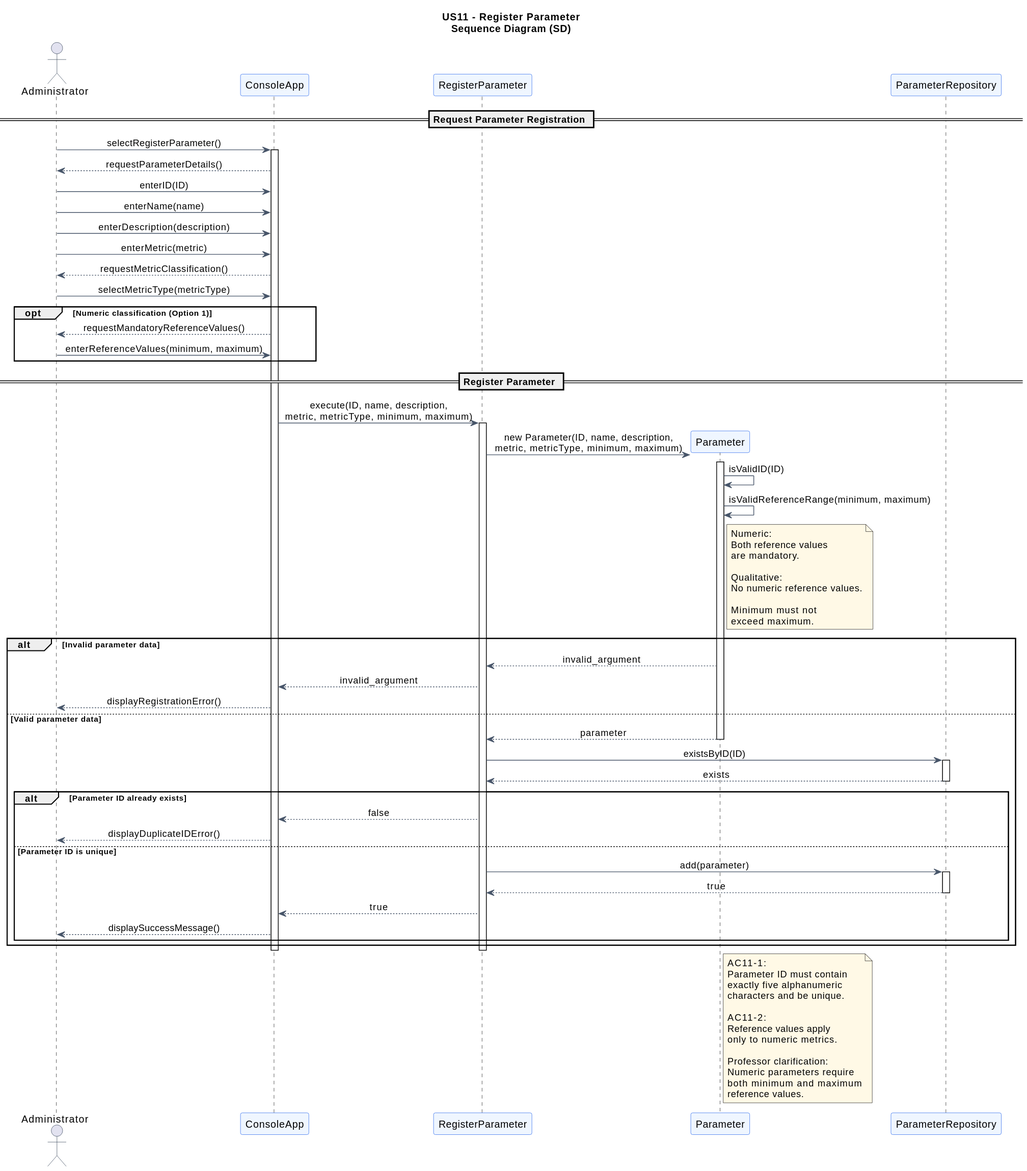
jmaia574/leti-esoft-26-27-B6 keeps this PlantUML diagram as docs/system-documentation/US11/svg/US11-SD.svg. Above is the earlier version.
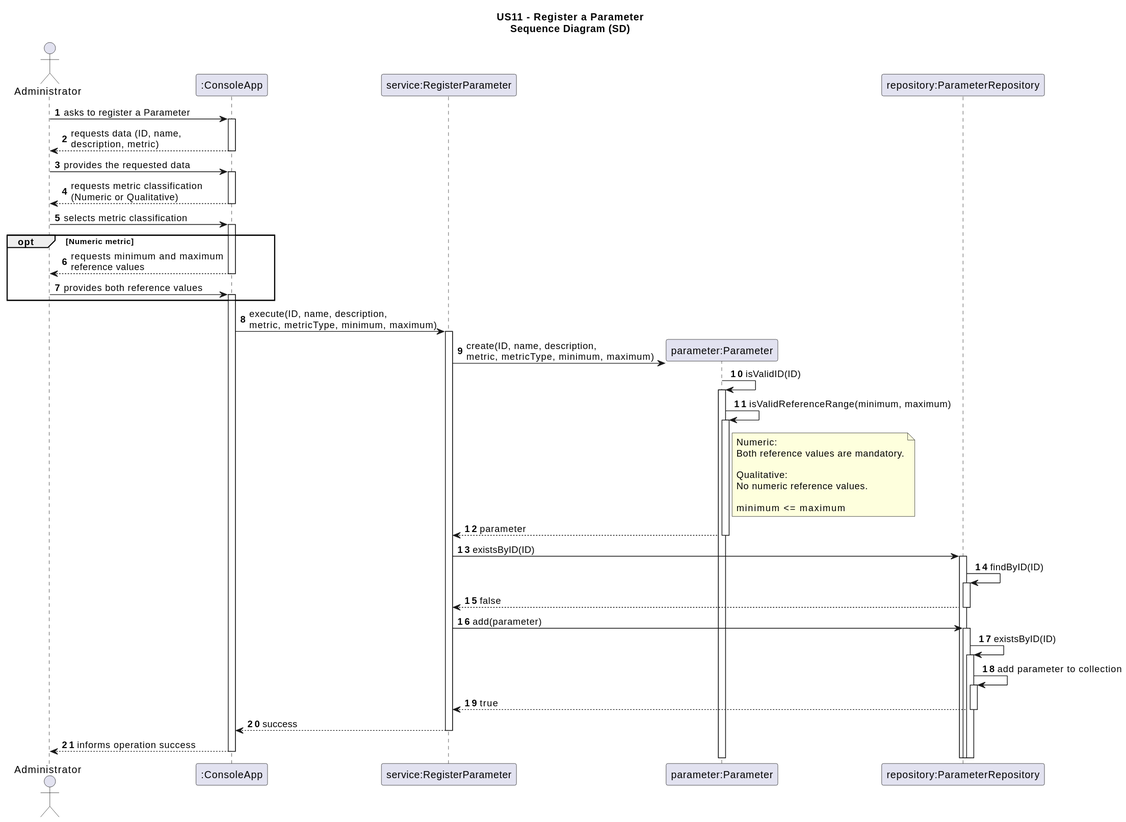
After the change.

Change to the diagram source:
```diff
@@ -1,129 +1,65 @@
 @startuml
-title US11 - Register Parameter\nSequence Diagram (SD)
+title US11 - Register a Parameter\nSequence Diagram (SD)
 
-skinparam backgroundColor #FFFFFF
-skinparam shadowing false
-skinparam sequenceMessageAlign center
-skinparam responseMessageBelowArrow true
-skinparam ParticipantBorderColor #2563EB
-skinparam ParticipantBackgroundColor #EFF6FF
-skinparam ActorBorderColor #334155
-skinparam ArrowColor #475569
-skinparam NoteBackgroundColor #FFF9E6
+autoactivate on
+autonumber
 
-actor "Administrator" as Admin
+actor "Administrator" as User
+participant ":ConsoleApp" as View
+participant "service:RegisterParameter" as Service
+participant "parameter:Parameter" as Parameter
+participant "repository:ParameterRepository" as Repository
 
-participant "ConsoleApp" as UI
-participant "RegisterParameter" as Service
-participant "Parameter" as Parameter
-participant "ParameterRepository" as Repository
+User -> View: asks to register a Parameter
 
-== Request Parameter Registration ==
+View --> User: requests data (ID, name,\ndescription, metric)
 
-Admin -> UI : selectRegisterParameter()
-activate UI
+User -> View: provides the requested data
 
-UI --> Admin : requestParameterDetails()
+View --> User: requests metric classification\n(Numeric or Qualitative)
 
-Admin -> UI : enterID(ID)
-Admin -> UI : enterName(name)
-Admin -> UI : enterDescription(description)
-Admin -> UI : enterMetric(metric)
+User -> View: selects metric classification
 
-UI --> Admin : requestMetricClassification()
-Admin -> UI : selectMetricType(metricType)
-
-opt Numeric classification (Option 1)
-
-    UI --> Admin : requestMandatoryReferenceValues()
-
-    Admin -> UI : enterReferenceValues(minimum, maximum)
-
+opt Numeric metric
+    View --> User: requests minimum and maximum\nreference values
+    User -> View: provides both reference values
 end
 
-== Register Parameter ==
+View -> Service: execute(ID, name, description,\nmetric, metricType, minimum, maximum)
 
-UI -> Service : execute(ID, name, description,\nmetric, metricType, minimum, maximum)
-activate Service
+Service -> Parameter**: create(ID, name, description,\nmetric, metricType, minimum, maximum)
 
-create Parameter
+Parameter -> Parameter: isValidID(ID)
 
-Service -> Parameter : new Parameter(ID, name, description,\nmetric, metricType, minimum, maximum)
-activate Parameter
-
-Parameter -> Parameter : isValidID(ID)
-
-Parameter -> Parameter : isValidReferenceRange(minimum, maximum)
+Parameter -> Parameter: isValidReferenceRange(minimum, maximum)
 
 note right of Parameter
 Numeric:
-Both reference values
-are mandatory.
+Both reference values are mandatory.
 
 Qualitative:
 No numeric reference values.
 
-Minimum must not
-exceed maximum.
+minimum <= maximum
 end note
 
-alt Invalid parameter data
+Parameter --> Service: parameter
 
-    Parameter --> Service : invalid_argument
+Service -> Repository: existsByID(ID)
 
-    Service --> UI : invalid_argument
+Repository -> Repository: findByID(ID)
 
-    UI --> Admin : displayRegistrationError()
+Repository --> Service: false
 
-else Valid parameter data
+Service -> Repository: add(parameter)
 
-    Parameter --> Service : parameter
-    deactivate Parameter
+Repository -> Repository: existsByID(ID)
 
-    Service -> Repository : existsByID(ID)
-    activate Repository
+Repository -> Repository: add parameter to collection
 
-    Repository --> Service : exists
-    deactivate Repository
+Repository --> Service: true
 
-    alt Parameter ID already exists
+Service --> View: success
 
-        Service --> UI : false
-
-        UI --> Admin : displayDuplicateIDError()
-
-    else Parameter ID is unique
-
-        Service -> Repository : add(parameter)
-        activate Repository
-
-        Repository --> Service : true
-        deactivate Repository
-
-        Service --> UI : true
-
-        UI --> Admin : displaySuccessMessage()
-
-    end
-
-end
-
-deactivate Service
-deactivate UI
-
-note right of Parameter
-AC11-1:
-Parameter ID must contain
-exactly five alphanumeric
-characters and be unique.
-
-AC11-2:
-Reference values apply
-only to numeric metrics.
-
-Professor clarification:
-Numeric parameters require
-both minimum and maximum
-reference values.
-end note
+View --> User: informs operation success
 @enduml
```
